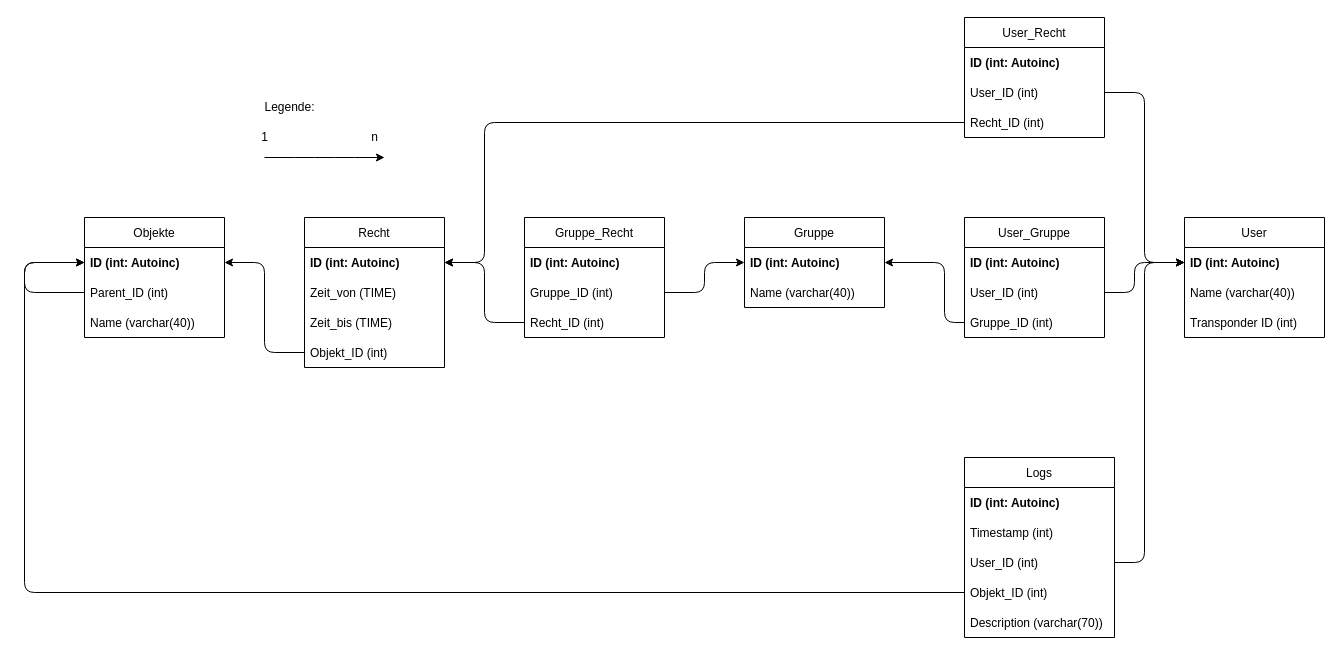
Above: Doc/TableM.drawio in pinkiestarman/RFIDTuer (draw.io), before the change. Source tidied: cells renumbered, new cells numbered last; positions are measured from the earlier drawing's top-left corner, leaving out a move shared by most shapes. Both pictures are drawn from the tidied source at 100%, with x=0, y=0 at pixel (24, 17).
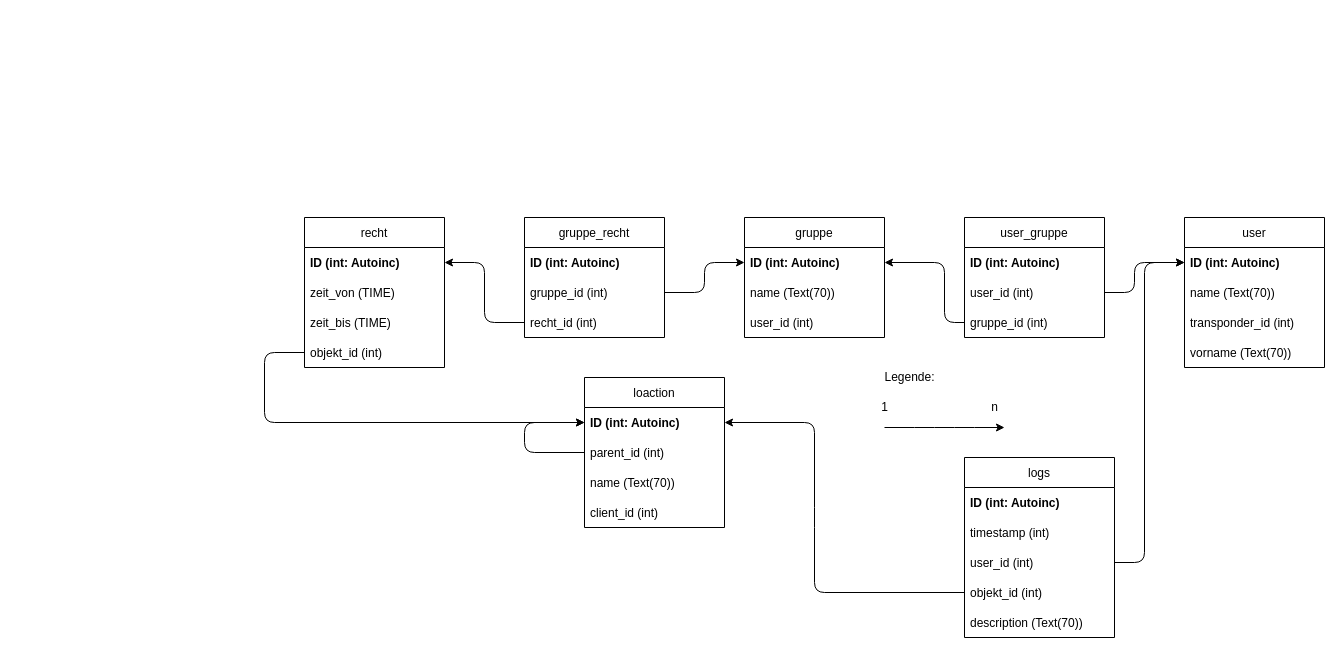
After the change.

Commit message (it also covers changes not shown here):
kleinere Änderungen, vorname ergänzt zum user, Pseudocode für RFID_Client.py Skript erstellt, Tabellenmodel/ERM angepasst

Unchanged cells that the change refers to:
```xml
<mxCell id="3" value="ID (int: Autoinc)" style="text;strokeColor=none;fillColor=none;align=left;verticalAlign=middle;spacingLeft=4;spacingRight=4;overflow=hidden;points=[[0,0.5],[1,0.5]];portConstraint=eastwest;fontStyle=1;" parent="2" vertex="1">
  <mxGeometry y="30" width="140" height="30" as="geometry" />
</mxCell>
<mxCell id="9" value="ID (int: Autoinc)" style="text;strokeColor=none;fillColor=none;align=left;verticalAlign=middle;spacingLeft=4;spacingRight=4;overflow=hidden;points=[[0,0.5],[1,0.5]];portConstraint=eastwest;fontStyle=1;" parent="8" vertex="1">
  <mxGeometry y="30" width="140" height="30" as="geometry" />
</mxCell>
<mxCell id="20" value="ID (int: Autoinc)" style="text;strokeColor=none;fillColor=none;align=left;verticalAlign=middle;spacingLeft=4;spacingRight=4;overflow=hidden;points=[[0,0.5],[1,0.5]];portConstraint=eastwest;fontStyle=1;" parent="19" vertex="1">
  <mxGeometry y="30" width="140" height="30" as="geometry" />
</mxCell>
```

What changed in the source:
```diff
@@
-    <mxCell id="2" value="Objekte" style="swimlane;fontStyle=0;horizontal=1;startSize=30;" parent="1" vertex="1">
-      <mxGeometry x="60" y="200" width="140" height="120" as="geometry" />
+    <mxCell id="2" value="loaction" style="swimlane;fontStyle=0;horizontal=1;startSize=30;" parent="1" vertex="1">
+      <mxGeometry x="560" y="360" width="140" height="150" as="geometry" />
     </mxCell>
@@
-    <mxCell id="5" value="Parent_ID (int)" style="text;strokeColor=none;fillColor=none;align=left;verticalAlign=middle;spacingLeft=4;spacingRight=4;overflow=hidden;points=[[0,0.5],[1,0.5]];portConstraint=eastwest;" parent="2" vertex="1">
+    <mxCell id="5" value="parent_id (int)" style="text;strokeColor=none;fillColor=none;align=left;verticalAlign=middle;spacingLeft=4;spacingRight=4;overflow=hidden;points=[[0,0.5],[1,0.5]];portConstraint=eastwest;" parent="2" vertex="1">
       <mxGeometry y="60" width="140" height="30" as="geometry" />
     </mxCell>
-    <mxCell id="6" value="Name (varchar(40))" style="text;strokeColor=none;fillColor=none;align=left;verticalAlign=middle;spacingLeft=4;spacingRight=4;overflow=hidden;" parent="2" vertex="1">
+    <mxCell id="6" value="name (Text(70))" style="text;strokeColor=none;fillColor=none;align=left;verticalAlign=middle;spacingLeft=4;spacingRight=4;overflow=hidden;" parent="2" vertex="1">
       <mxGeometry y="90" width="140" height="30" as="geometry" />
     </mxCell>
@@
+    <mxCell id="51" value="client_id (int)" style="text;strokeColor=none;fillColor=none;align=left;verticalAlign=middle;spacingLeft=4;spacingRight=4;overflow=hidden;" parent="2" vertex="1">
+      <mxGeometry y="120" width="140" height="30" as="geometry" />
+    </mxCell>
-    <mxCell id="8" value="User" style="swimlane;fontStyle=0;horizontal=1;startSize=30;" parent="1" vertex="1">
-      <mxGeometry x="1160" y="200" width="140" height="120" as="geometry" />
+    <mxCell id="8" value="user" style="swimlane;fontStyle=0;horizontal=1;startSize=30;" parent="1" vertex="1">
+      <mxGeometry x="1160" y="200" width="140" height="150" as="geometry" />
     </mxCell>
@@
-    <mxCell id="10" value="Name (varchar(40))" style="text;strokeColor=none;fillColor=none;align=left;verticalAlign=middle;spacingLeft=4;spacingRight=4;overflow=hidden;" parent="8" vertex="1">
+    <mxCell id="10" value="name (Text(70))" style="text;strokeColor=none;fillColor=none;align=left;verticalAlign=middle;spacingLeft=4;spacingRight=4;overflow=hidden;" parent="8" vertex="1">
       <mxGeometry y="60" width="140" height="30" as="geometry" />
     </mxCell>
-    <mxCell id="11" value="Transponder ID (int)" style="text;strokeColor=none;fillColor=none;align=left;verticalAlign=middle;spacingLeft=4;spacingRight=4;overflow=hidden;" parent="8" vertex="1">
+    <mxCell id="11" value="transponder_id (int)" style="text;strokeColor=none;fillColor=none;align=left;verticalAlign=middle;spacingLeft=4;spacingRight=4;overflow=hidden;" parent="8" vertex="1">
       <mxGeometry y="90" width="140" height="30" as="geometry" />
     </mxCell>
+    <mxCell id="52" value="vorname (Text(70))" style="text;strokeColor=none;fillColor=none;align=left;verticalAlign=middle;spacingLeft=4;spacingRight=4;overflow=hidden;" parent="8" vertex="1">
+      <mxGeometry y="120" width="140" height="30" as="geometry" />
+    </mxCell>
-    <mxCell id="12" value="Gruppe_Recht" style="swimlane;fontStyle=0;horizontal=1;startSize=30;" parent="1" vertex="1">
+    <mxCell id="12" value="gruppe_recht" style="swimlane;fontStyle=0;horizontal=1;startSize=30;" parent="1" vertex="1">
       <mxGeometry x="500" y="200" width="140" height="120" as="geometry" />
     </mxCell>
@@
-    <mxCell id="14" value="Gruppe_ID (int)" style="text;strokeColor=none;fillColor=none;align=left;verticalAlign=middle;spacingLeft=4;spacingRight=4;overflow=hidden;points=[[0,0.5],[1,0.5]];portConstraint=eastwest;" parent="12" vertex="1">
+    <mxCell id="14" value="gruppe_id (int)" style="text;strokeColor=none;fillColor=none;align=left;verticalAlign=middle;spacingLeft=4;spacingRight=4;overflow=hidden;points=[[0,0.5],[1,0.5]];portConstraint=eastwest;" parent="12" vertex="1">
       <mxGeometry y="60" width="140" height="30" as="geometry" />
     </mxCell>
-    <mxCell id="15" value="Recht_ID (int)" style="text;strokeColor=none;fillColor=none;align=left;verticalAlign=middle;spacingLeft=4;spacingRight=4;overflow=hidden;points=[[0,0.5],[1,0.5]];portConstraint=eastwest;" parent="12" vertex="1">
+    <mxCell id="15" value="recht_id (int)" style="text;strokeColor=none;fillColor=none;align=left;verticalAlign=middle;spacingLeft=4;spacingRight=4;overflow=hidden;points=[[0,0.5],[1,0.5]];portConstraint=eastwest;" parent="12" vertex="1">
       <mxGeometry y="90" width="140" height="30" as="geometry" />
     </mxCell>
-    <mxCell id="16" value="Gruppe" style="swimlane;fontStyle=0;horizontal=1;startSize=30;" parent="1" vertex="1">
-      <mxGeometry x="720" y="200" width="140" height="90" as="geometry" />
+    <mxCell id="16" value="gruppe" style="swimlane;fontStyle=0;horizontal=1;startSize=30;" parent="1" vertex="1">
+      <mxGeometry x="720" y="200" width="140" height="120" as="geometry" />
     </mxCell>
@@
-    <mxCell id="18" value="Name (varchar(40))" style="text;strokeColor=none;fillColor=none;align=left;verticalAlign=middle;spacingLeft=4;spacingRight=4;overflow=hidden;" parent="16" vertex="1">
+    <mxCell id="18" value="name (Text(70))" style="text;strokeColor=none;fillColor=none;align=left;verticalAlign=middle;spacingLeft=4;spacingRight=4;overflow=hidden;" parent="16" vertex="1">
       <mxGeometry y="60" width="140" height="30" as="geometry" />
     </mxCell>
+    <mxCell id="53" value="user_id (int)" style="text;strokeColor=none;fillColor=none;align=left;verticalAlign=middle;spacingLeft=4;spacingRight=4;overflow=hidden;" parent="16" vertex="1">
+      <mxGeometry y="90" width="140" height="30" as="geometry" />
+    </mxCell>
-    <mxCell id="19" value="Recht" style="swimlane;fontStyle=0;horizontal=1;startSize=30;" parent="1" vertex="1">
+    <mxCell id="19" value="recht" style="swimlane;fontStyle=0;horizontal=1;startSize=30;" parent="1" vertex="1">
       <mxGeometry x="280" y="200" width="140" height="150" as="geometry" />
     </mxCell>
@@
-    <mxCell id="21" value="Zeit_von (TIME)" style="text;strokeColor=none;fillColor=none;align=left;verticalAlign=middle;spacingLeft=4;spacingRight=4;overflow=hidden;" parent="19" vertex="1">
+    <mxCell id="21" value="zeit_von (TIME)" style="text;strokeColor=none;fillColor=none;align=left;verticalAlign=middle;spacingLeft=4;spacingRight=4;overflow=hidden;" parent="19" vertex="1">
       <mxGeometry y="60" width="140" height="30" as="geometry" />
     </mxCell>
-    <mxCell id="22" value="Zeit_bis (TIME)" style="text;strokeColor=none;fillColor=none;align=left;verticalAlign=middle;spacingLeft=4;spacingRight=4;overflow=hidden;" parent="19" vertex="1">
+    <mxCell id="22" value="zeit_bis (TIME)" style="text;strokeColor=none;fillColor=none;align=left;verticalAlign=middle;spacingLeft=4;spacingRight=4;overflow=hidden;" parent="19" vertex="1">
       <mxGeometry y="90" width="140" height="30" as="geometry" />
     </mxCell>
-    <mxCell id="23" value="Objekt_ID (int)" style="text;strokeColor=none;fillColor=none;align=left;verticalAlign=middle;spacingLeft=4;spacingRight=4;overflow=hidden;points=[[0,0.5],[1,0.5]];portConstraint=eastwest;" parent="19" vertex="1">
+    <mxCell id="23" value="objekt_id (int)" style="text;strokeColor=none;fillColor=none;align=left;verticalAlign=middle;spacingLeft=4;spacingRight=4;overflow=hidden;points=[[0,0.5],[1,0.5]];portConstraint=eastwest;" parent="19" vertex="1">
       <mxGeometry y="120" width="140" height="30" as="geometry" />
     </mxCell>
     <mxCell id="24" style="edgeStyle=none;html=1;exitX=0;exitY=0.5;exitDx=0;exitDy=0;" parent="1" edge="1" source="23" target="3">
       <mxGeometry relative="1" as="geometry">
         <Array as="points">
           <mxPoint x="240" y="335" />
-          <mxPoint x="240" y="245" />
+          <mxPoint x="240" y="405" />
         </Array>
       </mxGeometry>
     </mxCell>
@@
     <mxCell id="27" style="edgeStyle=none;html=1;" parent="1" edge="1">
       <mxGeometry relative="1" as="geometry">
-        <mxPoint x="240" y="140" as="sourcePoint" />
-        <mxPoint x="360" y="140" as="targetPoint" />
+        <mxPoint x="860" y="410" as="sourcePoint" />
+        <mxPoint x="980" y="410" as="targetPoint" />
         <Array as="points">
-          <mxPoint x="280" y="140" />
-          <mxPoint x="320" y="140" />
+          <mxPoint x="900" y="410" />
+          <mxPoint x="940" y="410" />
         </Array>
       </mxGeometry>
     </mxCell>
     <mxCell id="28" value="1" style="text;html=1;align=center;verticalAlign=middle;strokeColor=none;fillColor=none;" parent="1" vertex="1">
-      <mxGeometry x="230" y="110" width="20" height="20" as="geometry" />
+      <mxGeometry x="850" y="380" width="20" height="20" as="geometry" />
     </mxCell>
     <mxCell id="29" value="n" style="text;html=1;align=center;verticalAlign=middle;strokeColor=none;fillColor=none;" parent="1" vertex="1">
-      <mxGeometry x="340" y="110" width="20" height="20" as="geometry" />
+      <mxGeometry x="960" y="380" width="20" height="20" as="geometry" />
     </mxCell>
-    <mxCell id="30" value="User_Gruppe" style="swimlane;fontStyle=0;horizontal=1;startSize=30;" parent="1" vertex="1">
+    <mxCell id="30" value="user_gruppe" style="swimlane;fontStyle=0;horizontal=1;startSize=30;" parent="1" vertex="1">
       <mxGeometry x="940" y="200" width="140" height="120" as="geometry" />
     </mxCell>
@@
-    <mxCell id="32" value="User_ID (int)" style="text;strokeColor=none;fillColor=none;align=left;verticalAlign=middle;spacingLeft=4;spacingRight=4;overflow=hidden;points=[[0,0.5],[1,0.5]];portConstraint=eastwest;" parent="30" vertex="1">
+    <mxCell id="32" value="user_id (int)" style="text;strokeColor=none;fillColor=none;align=left;verticalAlign=middle;spacingLeft=4;spacingRight=4;overflow=hidden;points=[[0,0.5],[1,0.5]];portConstraint=eastwest;" parent="30" vertex="1">
       <mxGeometry y="60" width="140" height="30" as="geometry" />
     </mxCell>
-    <mxCell id="33" value="Gruppe_ID (int)" style="text;strokeColor=none;fillColor=none;align=left;verticalAlign=middle;spacingLeft=4;spacingRight=4;overflow=hidden;points=[[0,0.5],[1,0.5]];portConstraint=eastwest;" parent="30" vertex="1">
+    <mxCell id="33" value="gruppe_id (int)" style="text;strokeColor=none;fillColor=none;align=left;verticalAlign=middle;spacingLeft=4;spacingRight=4;overflow=hidden;points=[[0,0.5],[1,0.5]];portConstraint=eastwest;" parent="30" vertex="1">
       <mxGeometry y="90" width="140" height="30" as="geometry" />
     </mxCell>
@@
-    <mxCell id="36" value="Logs" style="swimlane;fontStyle=0;horizontal=1;startSize=30;" parent="1" vertex="1">
+    <mxCell id="36" value="logs" style="swimlane;fontStyle=0;horizontal=1;startSize=30;" parent="1" vertex="1">
       <mxGeometry x="940" y="440" width="150" height="180" as="geometry" />
     </mxCell>
@@
-    <mxCell id="38" value="Timestamp (int)" style="text;strokeColor=none;fillColor=none;align=left;verticalAlign=middle;spacingLeft=4;spacingRight=4;overflow=hidden;" parent="36" vertex="1">
+    <mxCell id="38" value="timestamp (int)" style="text;strokeColor=none;fillColor=none;align=left;verticalAlign=middle;spacingLeft=4;spacingRight=4;overflow=hidden;" parent="36" vertex="1">
       <mxGeometry y="60" width="150" height="30" as="geometry" />
     </mxCell>
-    <mxCell id="39" value="User_ID (int)" style="text;strokeColor=none;fillColor=none;align=left;verticalAlign=middle;spacingLeft=4;spacingRight=4;overflow=hidden;points=[[0,0.5],[1,0.5]];portConstraint=eastwest;" parent="36" vertex="1">
+    <mxCell id="39" value="user_id (int)" style="text;strokeColor=none;fillColor=none;align=left;verticalAlign=middle;spacingLeft=4;spacingRight=4;overflow=hidden;points=[[0,0.5],[1,0.5]];portConstraint=eastwest;" parent="36" vertex="1">
       <mxGeometry y="90" width="150" height="30" as="geometry" />
     </mxCell>
-    <mxCell id="40" value="Objekt_ID (int)" style="text;strokeColor=none;fillColor=none;align=left;verticalAlign=middle;spacingLeft=4;spacingRight=4;overflow=hidden;points=[[0,0.5],[1,0.5]];portConstraint=eastwest;" parent="36" vertex="1">
+    <mxCell id="40" value="objekt_id (int)" style="text;strokeColor=none;fillColor=none;align=left;verticalAlign=middle;spacingLeft=4;spacingRight=4;overflow=hidden;points=[[0,0.5],[1,0.5]];portConstraint=eastwest;" parent="36" vertex="1">
       <mxGeometry y="120" width="150" height="30" as="geometry" />
     </mxCell>
-    <mxCell id="41" value="Description (varchar(70))" style="text;strokeColor=none;fillColor=none;align=left;verticalAlign=middle;spacingLeft=4;spacingRight=4;overflow=hidden;" parent="36" vertex="1">
+    <mxCell id="41" value="description (Text(70))" style="text;strokeColor=none;fillColor=none;align=left;verticalAlign=middle;spacingLeft=4;spacingRight=4;overflow=hidden;" parent="36" vertex="1">
       <mxGeometry y="150" width="150" height="30" as="geometry" />
     </mxCell>
@@
-    <mxCell id="43" style="edgeStyle=none;html=1;entryX=0;entryY=0.5;entryDx=0;entryDy=0;exitX=0;exitY=0.5;exitDx=0;exitDy=0;" parent="1" edge="1" source="40" target="3">
+    <mxCell id="43" style="edgeStyle=none;html=1;entryX=1;entryY=0.5;entryDx=0;entryDy=0;exitX=0;exitY=0.5;exitDx=0;exitDy=0;" parent="1" edge="1" source="40" target="3">
       <mxGeometry relative="1" as="geometry">
         <Array as="points">
-          <mxPoint y="575" />
-          <mxPoint y="245" />
+          <mxPoint x="790" y="575" />
+          <mxPoint x="790" y="500" />
+          <mxPoint x="790" y="405" />
         </Array>
       </mxGeometry>
     </mxCell>
-    <mxCell id="44" value="User_Recht" style="swimlane;fontStyle=0;horizontal=1;startSize=30;" parent="1" vertex="1">
-      <mxGeometry x="940" width="140" height="120" as="geometry" />
-    </mxCell>
-    <mxCell id="45" value="ID (int: Autoinc)" style="text;strokeColor=none;fillColor=none;align=left;verticalAlign=middle;spacingLeft=4;spacingRight=4;overflow=hidden;fontStyle=1;" parent="44" vertex="1">
-      <mxGeometry y="30" width="140" height="30" as="geometry" />
-    </mxCell>
-    <mxCell id="46" value="User_ID (int)" style="text;strokeColor=none;fillColor=none;align=left;verticalAlign=middle;spacingLeft=4;spacingRight=4;overflow=hidden;points=[[0,0.5],[1,0.5]];portConstraint=eastwest;" parent="44" vertex="1">
-      <mxGeometry y="60" width="140" height="30" as="geometry" />
-    </mxCell>
-    <mxCell id="47" value="Recht_ID (int)" style="text;strokeColor=none;fillColor=none;align=left;verticalAlign=middle;spacingLeft=4;spacingRight=4;overflow=hidden;points=[[0,0.5],[1,0.5]];portConstraint=eastwest;" parent="44" vertex="1">
-      <mxGeometry y="90" width="140" height="30" as="geometry" />
-    </mxCell>
-    <mxCell id="48" style="edgeStyle=none;html=1;entryX=1;entryY=0.5;entryDx=0;entryDy=0;" parent="1" edge="1" source="47" target="20">
-      <mxGeometry relative="1" as="geometry">
-        <Array as="points">
-          <mxPoint x="460" y="105" />
-          <mxPoint x="460" y="245" />
-        </Array>
-      </mxGeometry>
-    </mxCell>
-    <mxCell id="49" style="edgeStyle=none;html=1;entryX=0;entryY=0.5;entryDx=0;entryDy=0;" parent="1" edge="1" source="46" target="9">
-      <mxGeometry relative="1" as="geometry">
-        <Array as="points">
-          <mxPoint x="1120" y="75" />
-          <mxPoint x="1120" y="245" />
-        </Array>
-      </mxGeometry>
-    </mxCell>
     <mxCell id="50" value="Legende:" style="text;html=1;align=center;verticalAlign=middle;strokeColor=none;fillColor=none;" parent="1" vertex="1">
-      <mxGeometry x="230" y="80" width="70" height="20" as="geometry" />
+      <mxGeometry x="850" y="350" width="70" height="20" as="geometry" />
     </mxCell>
```
